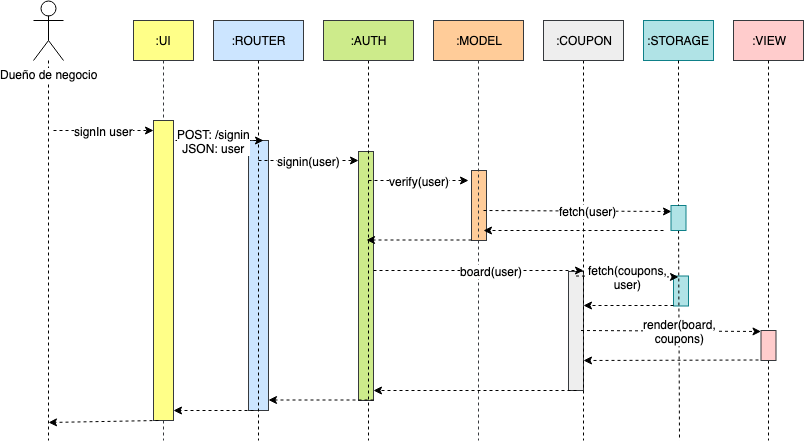
Above: diagrams/Sequence-PostSignIn.png in cs2901/yape-bcp-project-yapepoints (draw.io), before the change. Source tidied: cells renumbered, new cells last; positions are measured from the earlier drawing's top-left corner, leaving out a move shared by most shapes.
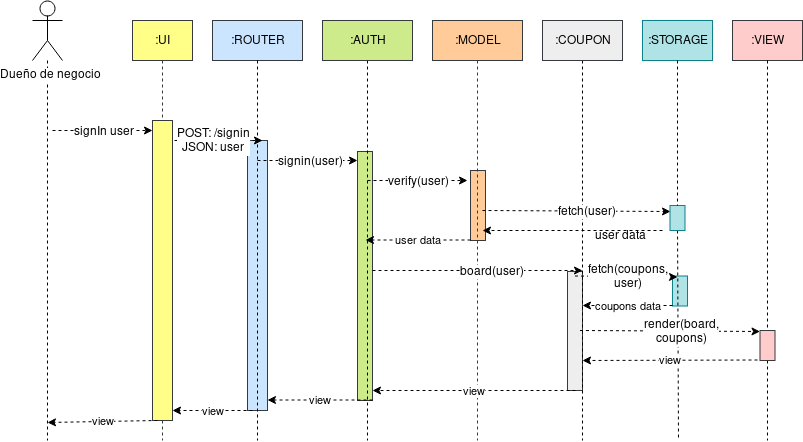
After the commit.

Commit message:
Retorning data in sequence diagrams

The edit, as a diff of the source:
```diff
@@ -122,7 +122,7 @@
         <mxPoint x="630" y="230" as="sourcePoint" />
       </mxGeometry>
     </mxCell>
-    <mxCell id="30" style="endArrow=classic;html=1;dashed=1;" parent="1" edge="1">
+    <mxCell id="30" value="user data" style="endArrow=classic;html=1;dashed=1;" parent="1" edge="1">
       <mxGeometry relative="1" as="geometry">
         <mxPoint x="438" y="239.5" as="sourcePoint" />
         <mxPoint x="333" y="239.5" as="targetPoint" />
@@ -171,7 +171,7 @@
         <mxPoint x="-11" y="-1" as="offset" />
       </mxGeometry>
     </mxCell>
-    <mxCell id="40" style="endArrow=classic;html=1;dashed=1;" parent="1" edge="1">
+    <mxCell id="40" value="view" style="endArrow=classic;html=1;dashed=1;" parent="1" edge="1">
       <mxGeometry relative="1" as="geometry">
         <mxPoint x="725" y="359.5" as="sourcePoint" />
         <mxPoint x="550" y="360" as="targetPoint" />
@@ -188,7 +188,7 @@
         <mxPoint x="-11" y="-1" as="offset" />
       </mxGeometry>
     </mxCell>
-    <mxCell id="43" style="endArrow=classic;html=1;dashed=1;entryX=1.25;entryY=0.98;entryDx=0;entryDy=0;entryPerimeter=0;exitX=0.25;exitY=1;exitDx=0;exitDy=0;" parent="1" edge="1" source="33">
+    <mxCell id="43" value="view" style="endArrow=classic;html=1;dashed=1;entryX=1.25;entryY=0.98;entryDx=0;entryDy=0;entryPerimeter=0;exitX=0.25;exitY=1;exitDx=0;exitDy=0;" parent="1" edge="1" source="33">
       <mxGeometry relative="1" as="geometry">
         <mxPoint x="15" y="422" as="targetPoint" />
       </mxGeometry>
@@ -205,28 +205,31 @@
     <mxCell id="47" style="edgeStyle=orthogonalEdgeStyle;rounded=0;jettySize=auto;html=1;endArrow=none;endFill=0;dashed=1;" parent="1" edge="1" source="35" target="46">
       <mxGeometry relative="1" as="geometry" />
     </mxCell>
-    <mxCell id="48" style="endArrow=classic;html=1;dashed=1;exitX=0.5;exitY=1;exitDx=0;exitDy=0;" parent="1" edge="1" source="2">
+    <mxCell id="48" value="view" style="endArrow=classic;html=1;dashed=1;exitX=0.5;exitY=1;exitDx=0;exitDy=0;" parent="1" edge="1" source="2">
       <mxGeometry relative="1" as="geometry">
         <mxPoint x="340" y="390" as="targetPoint" />
       </mxGeometry>
     </mxCell>
-    <mxCell id="49" style="endArrow=classic;html=1;dashed=1;" parent="1" edge="1">
+    <mxCell id="49" value="view" style="endArrow=classic;html=1;dashed=1;" parent="1" edge="1">
       <mxGeometry relative="1" as="geometry">
         <mxPoint x="340" y="399.5" as="sourcePoint" />
         <mxPoint x="235" y="399.5" as="targetPoint" />
       </mxGeometry>
     </mxCell>
-    <mxCell id="50" style="endArrow=classic;html=1;dashed=1;" parent="1" edge="1">
+    <mxCell id="50" value="view" style="endArrow=classic;html=1;dashed=1;" parent="1" edge="1">
       <mxGeometry relative="1" as="geometry">
         <mxPoint x="220" y="410" as="sourcePoint" />
         <mxPoint x="140" y="410" as="targetPoint" />
       </mxGeometry>
     </mxCell>
-    <mxCell id="51" style="endArrow=classic;html=1;dashed=1;" parent="1" edge="1">
+    <mxCell id="51" value="coupons data" style="endArrow=classic;html=1;dashed=1;" parent="1" edge="1">
       <mxGeometry relative="1" as="geometry">
         <mxPoint x="640" y="305" as="sourcePoint" />
         <mxPoint x="550" y="305" as="targetPoint" />
       </mxGeometry>
     </mxCell>
+    <mxCell id="52" value="user data" style="text;html=1;align=left;verticalAlign=top;spacingTop=-4;" parent="1" vertex="1">
+      <mxGeometry x="561" y="226" width="60" height="20" as="geometry" />
+    </mxCell>
   </root>
 </mxGraphModel>
```
